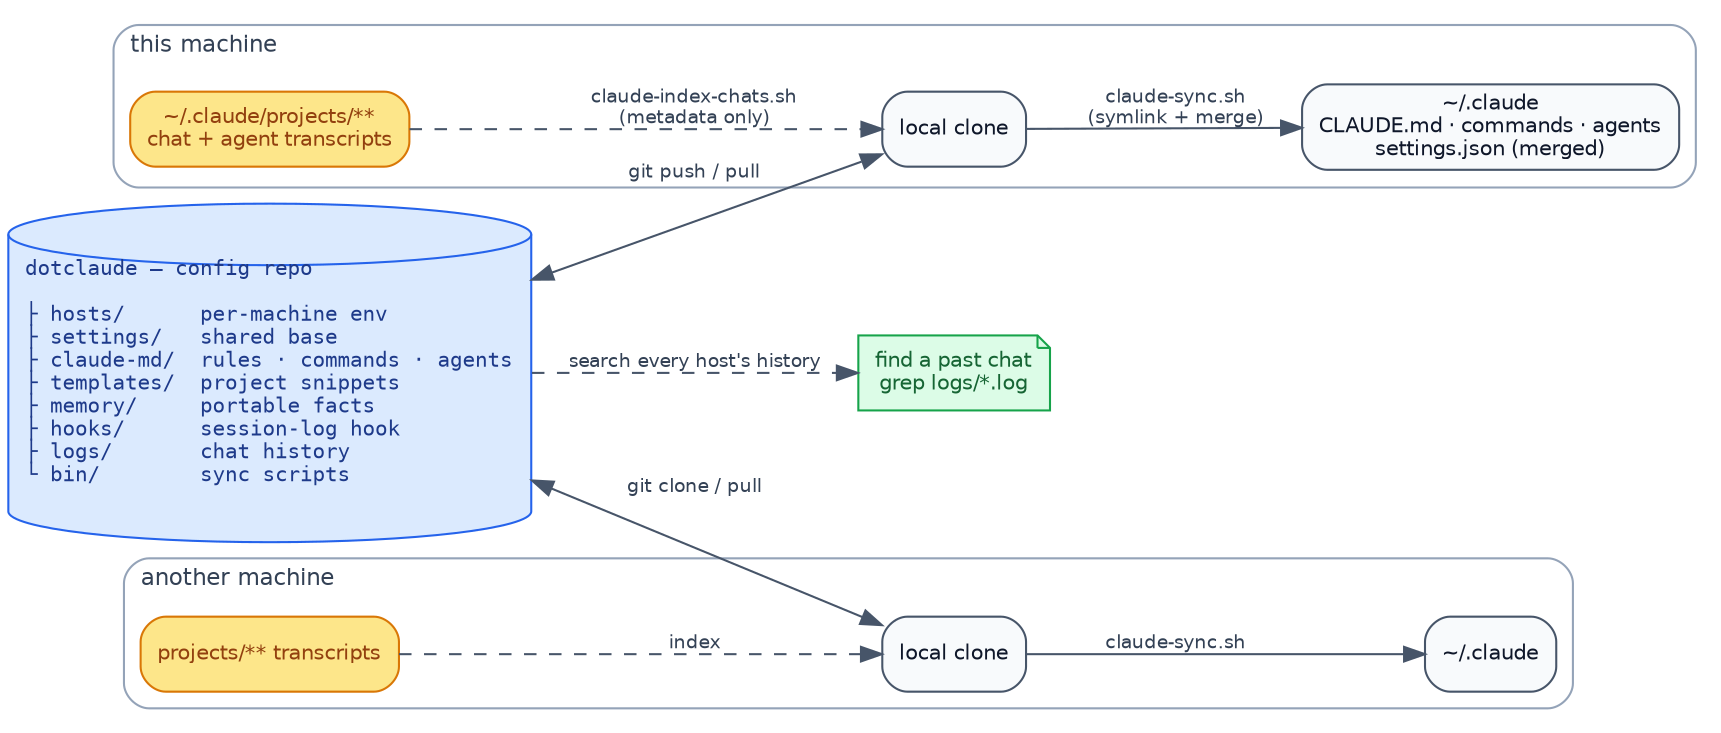
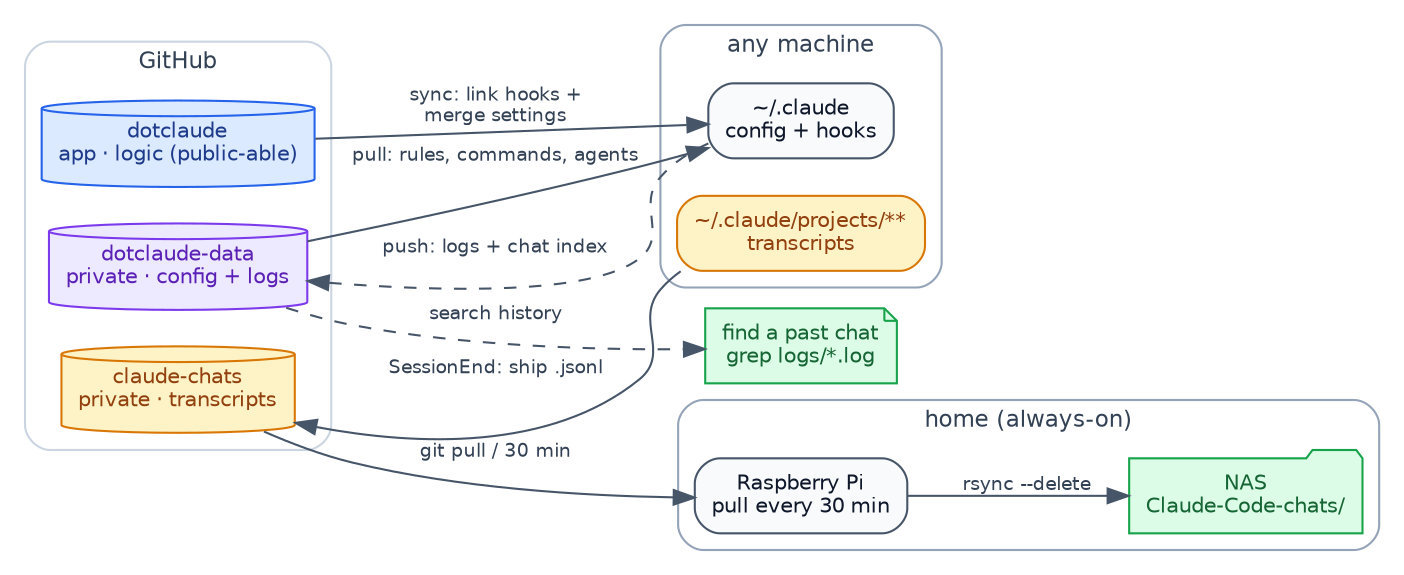
- // Source for docs/overview.svg — render with:  dot -Tsvg docs/overview.dot -o docs/overview.svg
+ // Source for docs/overview.svg — render: dot -Tsvg docs/overview.dot -o docs/overview.svg
digraph dotclaude {
-   rankdir=LR;
-   bgcolor="white";
+   rankdir=LR; bgcolor="white";
  fontname="Helvetica"; fontsize=11;
-   node  [fontname="Helvetica", fontsize=10, shape=box, style="rounded,filled",
-          fillcolor="#f8fafc", color="#475569", fontcolor="#0f172a"];
-   edge  [fontname="Helvetica", fontsize=9, color="#475569", fontcolor="#334155"];
+   node [fontname="Helvetica", fontsize=10, shape=box, style="rounded,filled",
+         fillcolor="#f8fafc", color="#475569", fontcolor="#0f172a"];
+   edge [fontname="Helvetica", fontsize=9, color="#475569", fontcolor="#334155"];

-   GH [shape=cylinder, fontname="Courier", fillcolor="#dbeafe", color="#2563eb",
-       fontcolor="#1e3a8a",
-       label="dotclaude — config repo\l \l├ hosts/      per-machine env\l├ settings/   shared base\l├ claude-md/  rules · commands · agents\l├ templates/  project snippets\l├ memory/     portable facts\l├ hooks/      session-log hook\l├ logs/       chat history\l└ bin/        sync scripts\l"];
- 
-   subgraph cluster_A {
-     label="this machine"; labeljust="l"; style="rounded"; color="#94a3b8";
-     fontcolor="#334155"; fontsize=11;
-     C1   [label="local clone"];
-     CFG1 [label="~/.claude\nCLAUDE.md · commands · agents\nsettings.json (merged)"];
-     TX1  [label="~/.claude/projects/**\nchat + agent transcripts",
-           fillcolor="#fde68a", color="#d97706", fontcolor="#92400e"];
+   subgraph cluster_gh {
+     label="GitHub"; style="rounded"; color="#cbd5e1"; fontcolor="#334155"; fontsize=11;
+     APP  [shape=cylinder, fillcolor="#dbeafe", color="#2563eb", fontcolor="#1e3a8a",
+           label="dotclaude\napp · logic (public-able)"];
+     DATA [shape=cylinder, fillcolor="#ede9fe", color="#7c3aed", fontcolor="#5b21b6",
+           label="dotclaude-data\nprivate · config + logs"];
+     CH   [shape=cylinder, fillcolor="#fef3c7", color="#d97706", fontcolor="#92400e",
+           label="claude-chats\nprivate · transcripts"];
  }

-   subgraph cluster_B {
-     label="another machine"; labeljust="l"; style="rounded"; color="#94a3b8";
-     fontcolor="#334155"; fontsize=11;
-     C2   [label="local clone"];
-     CFG2 [label="~/.claude"];
-     TX2  [label="projects/** transcripts",
-           fillcolor="#fde68a", color="#d97706", fontcolor="#92400e"];
+   subgraph cluster_m {
+     label="any machine"; style="rounded"; color="#94a3b8"; fontcolor="#334155"; fontsize=11;
+     CFG [label="~/.claude\nconfig + hooks"];
+     TX  [label="~/.claude/projects/**\ntranscripts",
+          fillcolor="#fef3c7", color="#d97706", fontcolor="#92400e"];
  }

-   FIND [shape=note, fontname="Helvetica", fillcolor="#dcfce7", color="#16a34a",
-         fontcolor="#166534", label="find a past chat\ngrep logs/*.log"];
-   GH  -> FIND [style=dashed, label="search every host's history"];
+   subgraph cluster_home {
+     label="home (always-on)"; style="rounded"; color="#94a3b8"; fontcolor="#334155"; fontsize=11;
+     PI  [label="Raspberry Pi\npull every 30 min"];
+     NAS [shape=folder, fillcolor="#dcfce7", color="#16a34a", fontcolor="#166534",
+          label="NAS\nClaude-Code-chats/"];
+   }

-   GH  -> C1  [dir=both, label="git push / pull"];
-   GH  -> C2  [dir=both, label="git clone / pull"];
-   C1  -> CFG1 [label="claude-sync.sh\n(symlink + merge)"];
-   C2  -> CFG2 [label="claude-sync.sh"];
-   TX1 -> C1  [style=dashed, label="claude-index-chats.sh\n(metadata only)"];
-   TX2 -> C2  [style=dashed, label="index"];
+   APP  -> CFG  [label="sync: link hooks +\nmerge settings"];
+   DATA -> CFG  [label="pull: rules, commands, agents"];
+   CFG  -> DATA [style=dashed, label="push: logs + chat index"];
+   TX   -> CH   [label="SessionEnd: ship .jsonl"];
+   CH   -> PI   [label="git pull / 30 min"];
+   PI   -> NAS  [label="rsync --delete"];
+ 
+   FIND [shape=note, fillcolor="#dcfce7", color="#16a34a", fontcolor="#166534",
+         label="find a past chat\ngrep logs/*.log"];
+   DATA -> FIND [style=dashed, label="search history"];
}
